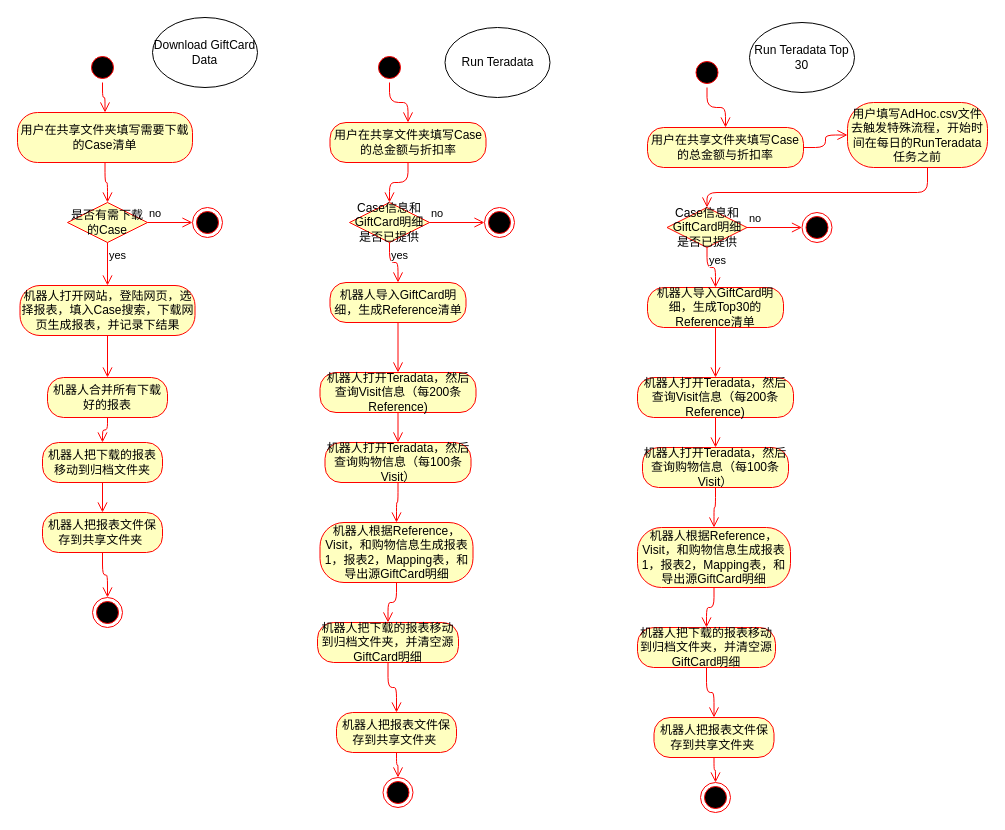
Youjwxyz/VBA_Library keeps this draw.io diagram as page "GiftCardReport" (2 of 5) of Uipath Projects Design.drawio. Above is the earlier version. Source tidied: cells renumbered, new cells numbered last; positions are measured from the earlier drawing's top-left corner, leaving out a move shared by most shapes. Both pictures are drawn from the tidied source at 100%, with x=0, y=0 at pixel (17, 17).
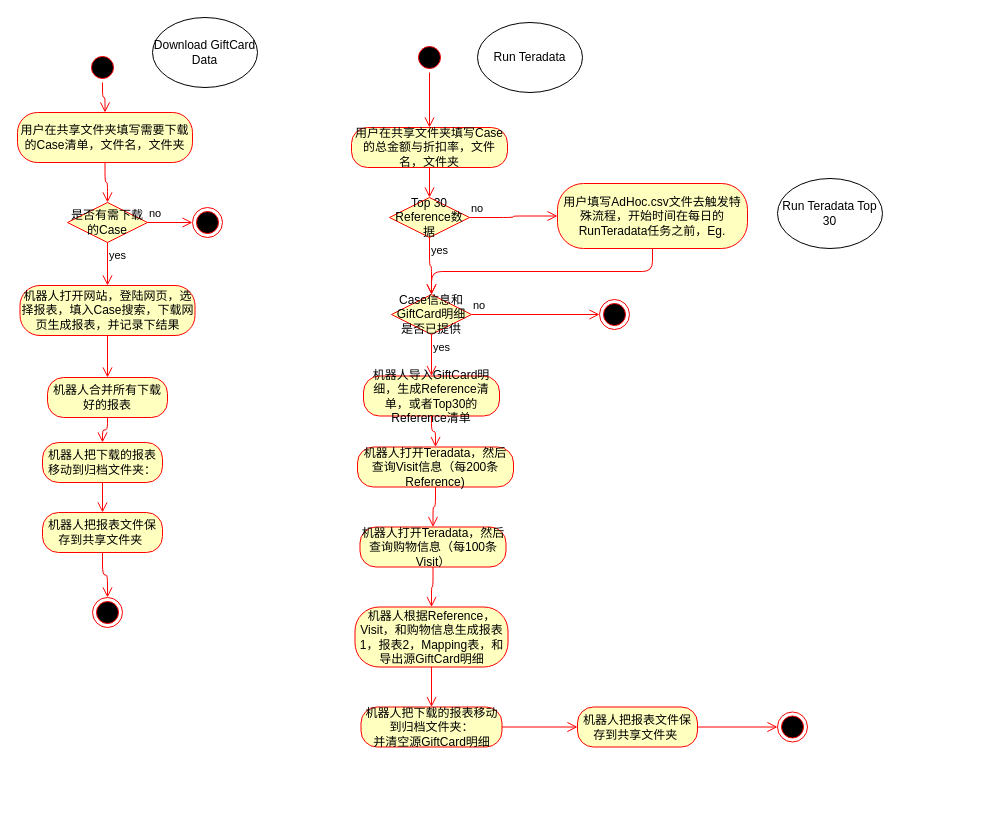
The same page after the edit.

Change to the diagram source:
```diff
@@
-    <mxCell id="4" value="用户在共享文件夹填写需要下载的Case清单" style="rounded=1;whiteSpace=wrap;html=1;arcSize=40;fontColor=#000000;fillColor=#ffffc0;strokeColor=#ff0000;" parent="1" vertex="1">
+    <mxCell id="4" value="用户在共享文件夹填写需要下载的Case清单，文件名，文件夹" style="rounded=1;whiteSpace=wrap;html=1;arcSize=40;fontColor=#000000;fillColor=#ffffc0;strokeColor=#ff0000;" parent="1" vertex="1">
       <mxGeometry y="95" width="175" height="50" as="geometry" />
     </mxCell>
@@
     <mxCell id="16" style="ellipse;html=1;shape=startState;fillColor=#000000;strokeColor=#ff0000;" parent="1" vertex="1">
-      <mxGeometry x="357" y="35" width="30" height="30" as="geometry" />
+      <mxGeometry x="397" y="25" width="30" height="30" as="geometry" />
     </mxCell>
@@
-    <mxCell id="18" value="用户在共享文件夹填写Case的总金额与折扣率" style="rounded=1;whiteSpace=wrap;html=1;arcSize=40;fontColor=#000000;fillColor=#ffffc0;strokeColor=#ff0000;" parent="1" vertex="1">
-      <mxGeometry x="312.5" y="105" width="156" height="40" as="geometry" />
+    <mxCell id="18" value="用户在共享文件夹填写Case的总金额与折扣率，文件名，文件夹" style="rounded=1;whiteSpace=wrap;html=1;arcSize=40;fontColor=#000000;fillColor=#ffffc0;strokeColor=#ff0000;" parent="1" vertex="1">
+      <mxGeometry x="334" y="110" width="156" height="40" as="geometry" />
     </mxCell>
-    <mxCell id="19" style="edgeStyle=orthogonalEdgeStyle;html=1;verticalAlign=bottom;endArrow=open;endSize=8;strokeColor=#ff0000;" parent="1" edge="1" source="18" target="20">
+    <mxCell id="19" style="edgeStyle=orthogonalEdgeStyle;html=1;verticalAlign=bottom;endArrow=open;endSize=8;strokeColor=#ff0000;entryX=0.5;entryY=0;entryDx=0;entryDy=0;" parent="1" edge="1" source="18" target="66">
       <mxGeometry relative="1" as="geometry" />
     </mxCell>
     <mxCell id="20" value="Case信息和GiftCard明细&lt;br&gt;是否已提供" style="rhombus;whiteSpace=wrap;html=1;fillColor=#ffffc0;strokeColor=#ff0000;" parent="1" vertex="1">
-      <mxGeometry x="332" y="185" width="80" height="40" as="geometry" />
+      <mxGeometry x="374" y="277" width="80" height="40" as="geometry" />
     </mxCell>
-    <mxCell id="21" value="no" style="edgeStyle=orthogonalEdgeStyle;html=1;align=left;verticalAlign=bottom;endArrow=open;endSize=8;strokeColor=#ff0000;" parent="1" edge="1" source="20" target="23">
+    <mxCell id="21" value="no" style="edgeStyle=orthogonalEdgeStyle;html=1;align=left;verticalAlign=bottom;endArrow=open;endSize=8;strokeColor=#ff0000;entryX=0;entryY=0.5;entryDx=0;entryDy=0;" parent="1" edge="1" source="20" target="23">
       <mxGeometry x="-1" relative="1" as="geometry" />
     </mxCell>
-    <mxCell id="22" value="yes" style="edgeStyle=orthogonalEdgeStyle;html=1;align=left;verticalAlign=top;endArrow=open;endSize=8;strokeColor=#ff0000;" parent="1" edge="1" source="20" target="24">
+    <mxCell id="22" value="yes" style="edgeStyle=orthogonalEdgeStyle;html=1;align=left;verticalAlign=top;endArrow=open;endSize=8;strokeColor=#ff0000;entryX=0.5;entryY=0;entryDx=0;entryDy=0;" parent="1" edge="1" source="20" target="24">
       <mxGeometry x="-1" relative="1" as="geometry" />
     </mxCell>
     <mxCell id="23" style="ellipse;html=1;shape=endState;fillColor=#000000;strokeColor=#ff0000;" parent="1" vertex="1">
-      <mxGeometry x="467" y="190" width="30" height="30" as="geometry" />
+      <mxGeometry x="582" y="282" width="30" height="30" as="geometry" />
     </mxCell>
-    <mxCell id="24" value="机器人导入GiftCard明细，生成Reference清单" style="rounded=1;whiteSpace=wrap;html=1;arcSize=40;fontColor=#000000;fillColor=#ffffc0;strokeColor=#ff0000;" parent="1" vertex="1">
-      <mxGeometry x="312.5" y="265" width="136" height="40" as="geometry" />
+    <mxCell id="24" value="机器人导入GiftCard明细，生成Reference清单，或者Top30的Reference清单" style="rounded=1;whiteSpace=wrap;html=1;arcSize=40;fontColor=#000000;fillColor=#ffffc0;strokeColor=#ff0000;" parent="1" vertex="1">
+      <mxGeometry x="346" y="358.5" width="136" height="40" as="geometry" />
     </mxCell>
-    <mxCell id="25" style="edgeStyle=orthogonalEdgeStyle;html=1;verticalAlign=bottom;endArrow=open;endSize=8;strokeColor=#ff0000;" parent="1" edge="1" source="24" target="26">
-      <mxGeometry relative="1" as="geometry" />
-    </mxCell>
     <mxCell id="26" value="机器人打开Teradata，然后查询Visit信息（每200条Reference)" style="rounded=1;whiteSpace=wrap;html=1;arcSize=40;fontColor=#000000;fillColor=#ffffc0;strokeColor=#ff0000;" parent="1" vertex="1">
-      <mxGeometry x="302.5" y="355" width="156" height="40" as="geometry" />
+      <mxGeometry x="340" y="429.5" width="156" height="40" as="geometry" />
     </mxCell>
@@
     <mxCell id="28" value="机器人打开Teradata，然后查询购物信息（每100条Visit）" style="rounded=1;whiteSpace=wrap;html=1;arcSize=40;fontColor=#000000;fillColor=#ffffc0;strokeColor=#ff0000;" parent="1" vertex="1">
-      <mxGeometry x="307.5" y="425" width="146" height="40" as="geometry" />
+      <mxGeometry x="342.5" y="509.5" width="146" height="40" as="geometry" />
     </mxCell>
@@
     <mxCell id="30" value="机器人根据Reference，Visit，和购物信息生成报表1，报表2，Mapping表，和导出源GiftCard明细" style="rounded=1;whiteSpace=wrap;html=1;arcSize=40;fontColor=#000000;fillColor=#ffffc0;strokeColor=#ff0000;" parent="1" vertex="1">
-      <mxGeometry x="302.5" y="505" width="153" height="60" as="geometry" />
+      <mxGeometry x="337.5" y="589.5" width="153" height="60" as="geometry" />
     </mxCell>
@@
     <mxCell id="32" value="机器人把报表文件保存到共享文件夹&amp;nbsp;" style="rounded=1;whiteSpace=wrap;html=1;arcSize=40;fontColor=#000000;fillColor=#ffffc0;strokeColor=#ff0000;" parent="1" vertex="1">
-      <mxGeometry x="319" y="695" width="120" height="40" as="geometry" />
+      <mxGeometry x="560" y="689.5" width="120" height="40" as="geometry" />
     </mxCell>
@@
     <mxCell id="34" style="ellipse;html=1;shape=endState;fillColor=#000000;strokeColor=#ff0000;" parent="1" vertex="1">
-      <mxGeometry x="365.5" y="760" width="30" height="30" as="geometry" />
+      <mxGeometry x="760" y="694.5" width="30" height="30" as="geometry" />
     </mxCell>
-    <mxCell id="35" value="机器人把下载的报表移动到归档文件夹" style="rounded=1;whiteSpace=wrap;html=1;arcSize=40;fontColor=#000000;fillColor=#ffffc0;strokeColor=#ff0000;" parent="1" vertex="1">
+    <mxCell id="35" value="机器人把下载的报表移动到归档文件夹：" style="rounded=1;whiteSpace=wrap;html=1;arcSize=40;fontColor=#000000;fillColor=#ffffc0;strokeColor=#ff0000;" parent="1" vertex="1">
       <mxGeometry x="25" y="425" width="120" height="40" as="geometry" />
     </mxCell>
@@
-    <mxCell id="39" value="机器人把下载的报表移动到归档文件夹，并清空源GiftCard明细" style="rounded=1;whiteSpace=wrap;html=1;arcSize=40;fontColor=#000000;fillColor=#ffffc0;strokeColor=#ff0000;" parent="1" vertex="1">
-      <mxGeometry x="300" y="605" width="141" height="40" as="geometry" />
+    <mxCell id="39" value="机器人把下载的报表移动到归档文件夹：&lt;br&gt;并清空源GiftCard明细" style="rounded=1;whiteSpace=wrap;html=1;arcSize=40;fontColor=#000000;fillColor=#ffffc0;strokeColor=#ff0000;" parent="1" vertex="1">
+      <mxGeometry x="343.5" y="689.5" width="141" height="40" as="geometry" />
     </mxCell>
-    <mxCell id="40" style="edgeStyle=orthogonalEdgeStyle;html=1;verticalAlign=bottom;endArrow=open;endSize=8;strokeColor=#ff0000;entryX=0.5;entryY=0;entryDx=0;entryDy=0;" parent="1" edge="1" source="39" target="32">
+    <mxCell id="40" style="edgeStyle=orthogonalEdgeStyle;html=1;verticalAlign=bottom;endArrow=open;endSize=8;strokeColor=#ff0000;" parent="1" edge="1" source="39" target="32">
       <mxGeometry relative="1" as="geometry" />
     </mxCell>
     <mxCell id="41" value="Run Teradata" style="ellipse;whiteSpace=wrap;html=1;" parent="1" vertex="1">
-      <mxGeometry x="427.5" y="10" width="105" height="70" as="geometry" />
+      <mxGeometry x="460" y="5" width="105" height="70" as="geometry" />
     </mxCell>
-    <mxCell id="42" style="ellipse;html=1;shape=startState;fillColor=#000000;strokeColor=#ff0000;" parent="1" vertex="1">
-      <mxGeometry x="674.5" y="40" width="30" height="30" as="geometry" />
-    </mxCell>
-    <mxCell id="43" style="edgeStyle=orthogonalEdgeStyle;html=1;verticalAlign=bottom;endArrow=open;endSize=8;strokeColor=#ff0000;" parent="1" edge="1" source="42" target="44">
-      <mxGeometry relative="1" as="geometry" />
-    </mxCell>
-    <mxCell id="44" value="用户在共享文件夹填写Case的总金额与折扣率" style="rounded=1;whiteSpace=wrap;html=1;arcSize=40;fontColor=#000000;fillColor=#ffffc0;strokeColor=#ff0000;" parent="1" vertex="1">
-      <mxGeometry x="630" y="110" width="156" height="40" as="geometry" />
-    </mxCell>
-    <mxCell id="45" style="edgeStyle=orthogonalEdgeStyle;html=1;verticalAlign=bottom;endArrow=open;endSize=8;strokeColor=#ff0000;entryX=0;entryY=0.5;entryDx=0;entryDy=0;" parent="1" edge="1" source="44" target="64">
-      <mxGeometry relative="1" as="geometry" />
-    </mxCell>
-    <mxCell id="46" value="Case信息和GiftCard明细&lt;br&gt;是否已提供" style="rhombus;whiteSpace=wrap;html=1;fillColor=#ffffc0;strokeColor=#ff0000;" parent="1" vertex="1">
-      <mxGeometry x="649.5" y="190" width="80" height="40" as="geometry" />
-    </mxCell>
+    <mxCell id="63" value="Run Teradata Top 30" style="ellipse;whiteSpace=wrap;html=1;" parent="1" vertex="1">
+      <mxGeometry x="760" y="161" width="105" height="70" as="geometry" />
+    </mxCell>
+    <mxCell id="64" value="用户填写AdHoc.csv文件去触发特殊流程，开始时间在每日的RunTeradata任务之前，Eg." style="rounded=1;whiteSpace=wrap;html=1;arcSize=40;fontColor=#000000;fillColor=#ffffc0;strokeColor=#ff0000;" parent="1" vertex="1">
+      <mxGeometry x="540" y="166" width="190" height="65" as="geometry" />
+    </mxCell>
+    <mxCell id="66" value="Top 30 Reference数据" style="rhombus;whiteSpace=wrap;html=1;fillColor=#ffffc0;strokeColor=#ff0000;" parent="1" vertex="1">
+      <mxGeometry x="372" y="180" width="80" height="40" as="geometry" />
+    </mxCell>
-    <mxCell id="47" value="no" style="edgeStyle=orthogonalEdgeStyle;html=1;align=left;verticalAlign=bottom;endArrow=open;endSize=8;strokeColor=#ff0000;" parent="1" edge="1" source="46" target="49">
+    <mxCell id="47" value="no" style="edgeStyle=orthogonalEdgeStyle;html=1;align=left;verticalAlign=bottom;endArrow=open;endSize=8;strokeColor=#ff0000;entryX=0;entryY=0.5;entryDx=0;entryDy=0;" parent="1" edge="1" source="66" target="64">
       <mxGeometry x="-1" relative="1" as="geometry" />
     </mxCell>
-    <mxCell id="48" value="yes" style="edgeStyle=orthogonalEdgeStyle;html=1;align=left;verticalAlign=top;endArrow=open;endSize=8;strokeColor=#ff0000;" parent="1" edge="1" source="46" target="50">
+    <mxCell id="48" value="yes" style="edgeStyle=orthogonalEdgeStyle;html=1;align=left;verticalAlign=top;endArrow=open;endSize=8;strokeColor=#ff0000;entryX=0.5;entryY=0;entryDx=0;entryDy=0;" parent="1" edge="1" source="66" target="20">
       <mxGeometry x="-1" relative="1" as="geometry" />
     </mxCell>
-    <mxCell id="49" style="ellipse;html=1;shape=endState;fillColor=#000000;strokeColor=#ff0000;" parent="1" vertex="1">
-      <mxGeometry x="784.5" y="195" width="30" height="30" as="geometry" />
-    </mxCell>
-    <mxCell id="50" value="机器人导入GiftCard明细，生成Top30的Reference清单" style="rounded=1;whiteSpace=wrap;html=1;arcSize=40;fontColor=#000000;fillColor=#ffffc0;strokeColor=#ff0000;" parent="1" vertex="1">
-      <mxGeometry x="630" y="270" width="136" height="40" as="geometry" />
-    </mxCell>
-    <mxCell id="51" style="edgeStyle=orthogonalEdgeStyle;html=1;verticalAlign=bottom;endArrow=open;endSize=8;strokeColor=#ff0000;" parent="1" edge="1" source="50" target="52">
-      <mxGeometry relative="1" as="geometry" />
-    </mxCell>
-    <mxCell id="52" value="机器人打开Teradata，然后查询Visit信息（每200条Reference)" style="rounded=1;whiteSpace=wrap;html=1;arcSize=40;fontColor=#000000;fillColor=#ffffc0;strokeColor=#ff0000;" parent="1" vertex="1">
-      <mxGeometry x="620" y="360" width="156" height="40" as="geometry" />
-    </mxCell>
-    <mxCell id="53" style="edgeStyle=orthogonalEdgeStyle;html=1;verticalAlign=bottom;endArrow=open;endSize=8;strokeColor=#ff0000;" parent="1" edge="1" source="52" target="54">
-      <mxGeometry relative="1" as="geometry" />
-    </mxCell>
-    <mxCell id="54" value="机器人打开Teradata，然后查询购物信息（每100条Visit）" style="rounded=1;whiteSpace=wrap;html=1;arcSize=40;fontColor=#000000;fillColor=#ffffc0;strokeColor=#ff0000;" parent="1" vertex="1">
-      <mxGeometry x="625" y="430" width="146" height="40" as="geometry" />
-    </mxCell>
-    <mxCell id="55" style="edgeStyle=orthogonalEdgeStyle;html=1;verticalAlign=bottom;endArrow=open;endSize=8;strokeColor=#ff0000;" parent="1" edge="1" source="54" target="56">
-      <mxGeometry relative="1" as="geometry" />
-    </mxCell>
-    <mxCell id="56" value="机器人根据Reference，Visit，和购物信息生成报表1，报表2，Mapping表，和导出源GiftCard明细" style="rounded=1;whiteSpace=wrap;html=1;arcSize=40;fontColor=#000000;fillColor=#ffffc0;strokeColor=#ff0000;" parent="1" vertex="1">
-      <mxGeometry x="620" y="510" width="153" height="60" as="geometry" />
-    </mxCell>
-    <mxCell id="57" style="edgeStyle=orthogonalEdgeStyle;html=1;verticalAlign=bottom;endArrow=open;endSize=8;strokeColor=#ff0000;" parent="1" edge="1" source="56" target="61">
-      <mxGeometry relative="1" as="geometry" />
-    </mxCell>
-    <mxCell id="58" value="机器人把报表文件保存到共享文件夹&amp;nbsp;" style="rounded=1;whiteSpace=wrap;html=1;arcSize=40;fontColor=#000000;fillColor=#ffffc0;strokeColor=#ff0000;" parent="1" vertex="1">
-      <mxGeometry x="636.5" y="700" width="120" height="40" as="geometry" />
-    </mxCell>
-    <mxCell id="59" style="edgeStyle=orthogonalEdgeStyle;html=1;verticalAlign=bottom;endArrow=open;endSize=8;strokeColor=#ff0000;" parent="1" edge="1" source="58" target="60">
-      <mxGeometry relative="1" as="geometry" />
-    </mxCell>
-    <mxCell id="60" style="ellipse;html=1;shape=endState;fillColor=#000000;strokeColor=#ff0000;" parent="1" vertex="1">
-      <mxGeometry x="683" y="765" width="30" height="30" as="geometry" />
-    </mxCell>
-    <mxCell id="61" value="机器人把下载的报表移动到归档文件夹，并清空源GiftCard明细" style="rounded=1;whiteSpace=wrap;html=1;arcSize=40;fontColor=#000000;fillColor=#ffffc0;strokeColor=#ff0000;" parent="1" vertex="1">
-      <mxGeometry x="620" y="610" width="138" height="40" as="geometry" />
-    </mxCell>
-    <mxCell id="62" style="edgeStyle=orthogonalEdgeStyle;html=1;verticalAlign=bottom;endArrow=open;endSize=8;strokeColor=#ff0000;entryX=0.5;entryY=0;entryDx=0;entryDy=0;" parent="1" edge="1" source="61" target="58">
-      <mxGeometry relative="1" as="geometry" />
-    </mxCell>
-    <mxCell id="63" value="Run Teradata Top 30" style="ellipse;whiteSpace=wrap;html=1;" parent="1" vertex="1">
-      <mxGeometry x="732" y="5" width="105" height="70" as="geometry" />
-    </mxCell>
-    <mxCell id="64" value="用户填写AdHoc.csv文件去触发特殊流程，开始时间在每日的RunTeradata任务之前" style="rounded=1;whiteSpace=wrap;html=1;arcSize=40;fontColor=#000000;fillColor=#ffffc0;strokeColor=#ff0000;" parent="1" vertex="1">
-      <mxGeometry x="830" y="85" width="140" height="65" as="geometry" />
-    </mxCell>
-    <mxCell id="65" style="edgeStyle=orthogonalEdgeStyle;html=1;verticalAlign=bottom;endArrow=open;endSize=8;strokeColor=#ff0000;entryX=0.5;entryY=0;entryDx=0;entryDy=0;" parent="1" edge="1" source="64" target="46">
-      <mxGeometry relative="1" as="geometry">
-        <Array as="points">
-          <mxPoint x="910" y="175" />
-          <mxPoint x="690" y="175" />
-        </Array>
-      </mxGeometry>
-    </mxCell>
+    <mxCell id="67" style="edgeStyle=orthogonalEdgeStyle;html=1;verticalAlign=bottom;endArrow=open;endSize=8;strokeColor=#ff0000;entryX=0.5;entryY=0;entryDx=0;entryDy=0;exitX=0.5;exitY=1;exitDx=0;exitDy=0;" parent="1" edge="1" source="64" target="20">
+      <mxGeometry relative="1" as="geometry" />
+    </mxCell>
+    <mxCell id="25" style="edgeStyle=orthogonalEdgeStyle;html=1;verticalAlign=bottom;endArrow=open;endSize=8;strokeColor=#ff0000;entryX=0.5;entryY=0;entryDx=0;entryDy=0;" parent="1" edge="1" source="24" target="26">
+      <mxGeometry relative="1" as="geometry" />
+    </mxCell>
```
